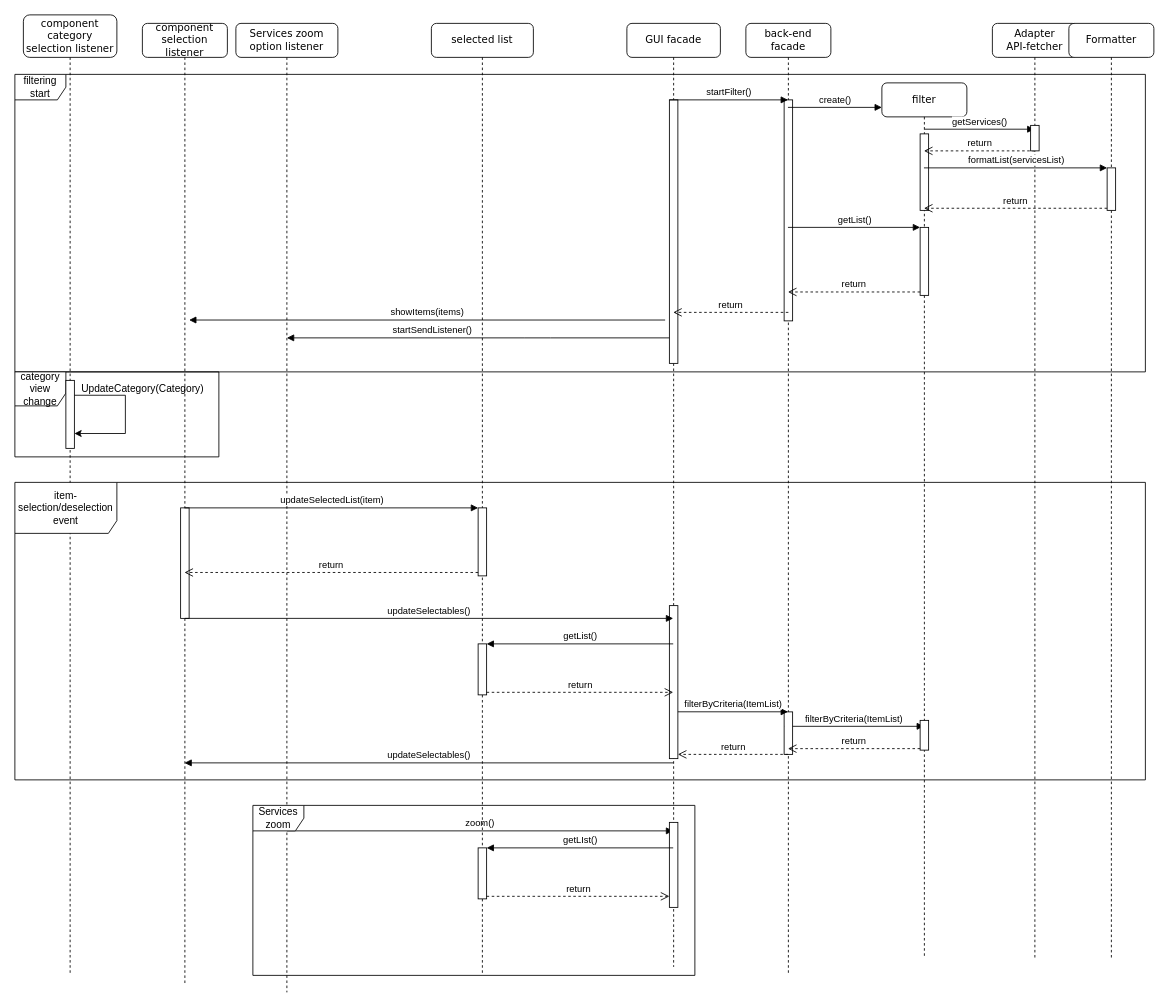
This is documentation/behaviour/internal behaviour/Internal_behaviour.drawio from Geostartico/Trusted-list-browser, a draw.io file, before an edit. Source tidied: cells renumbered, new cells numbered last; positions are measured from the earlier drawing's top-left corner, leaving out a move shared by most shapes. Both pictures are drawn from the tidied source at 85%, with x=0, y=0 at pixel (14, 14).
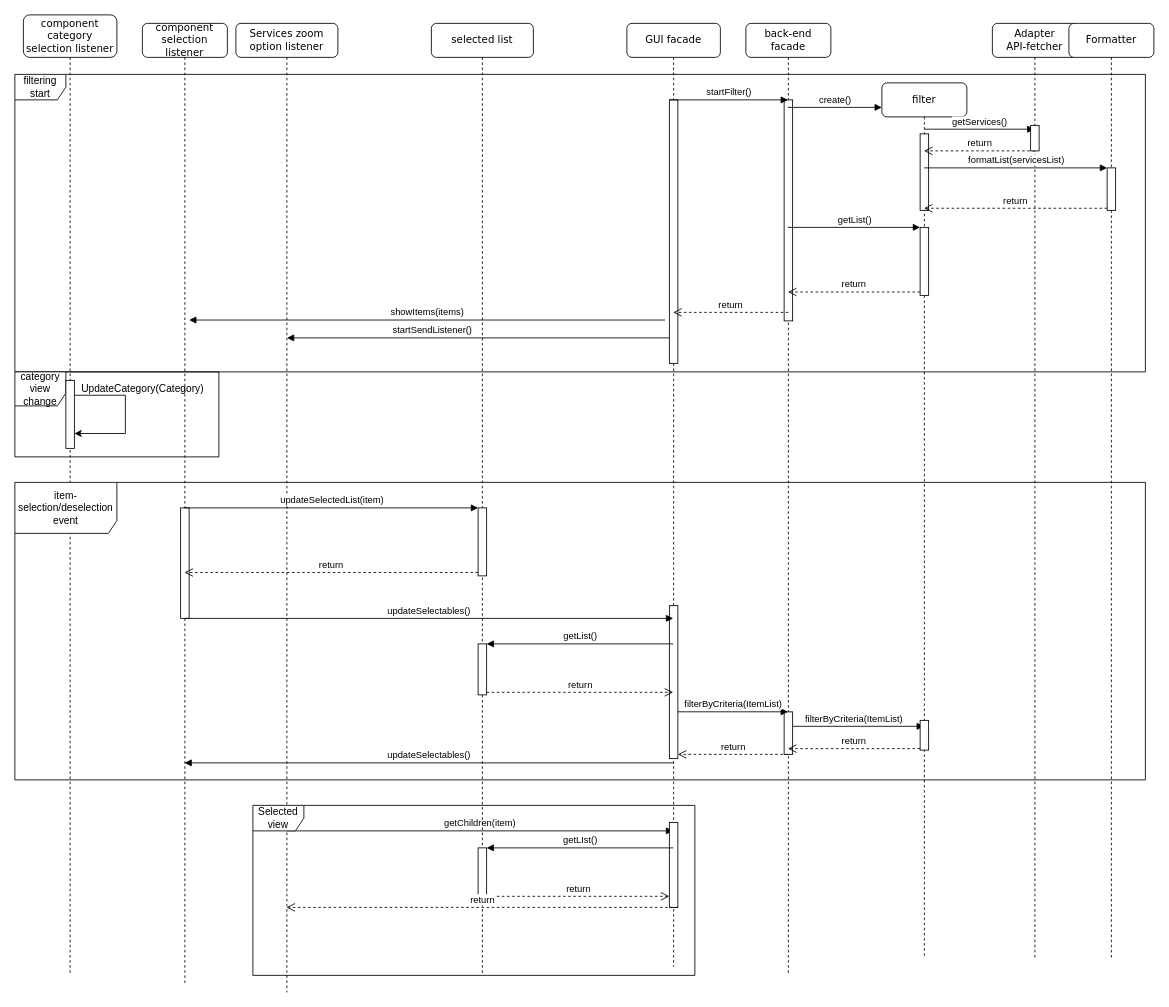
Above is the later version.

The change refers to these unchanged cells:
```xml
<mxCell id="2" value="Services zoom option listener" style="shape=umlLifeline;perimeter=lifelinePerimeter;whiteSpace=wrap;html=1;outlineConnect=0;rounded=1;shadow=0;comic=0;labelBackgroundColor=none;strokeWidth=1;fontFamily=Verdana;fontSize=12;align=center;" parent="1" vertex="1">
  <mxGeometry x="260" y="10" width="120" height="1140" as="geometry" />
</mxCell>
<mxCell id="8" value="GUI facade" style="shape=umlLifeline;perimeter=lifelinePerimeter;whiteSpace=wrap;html=1;outlineConnect=0;rounded=1;shadow=0;comic=0;labelBackgroundColor=none;strokeWidth=1;fontFamily=Verdana;fontSize=12;align=center;" parent="1" vertex="1">
  <mxGeometry x="720" y="10" width="110" height="1110" as="geometry" />
</mxCell>
```

Diff of the diagram source:
```diff
@@
-    <mxCell id="3" value="zoom()" style="html=1;verticalAlign=bottom;endArrow=block;rounded=0;" parent="2" edge="1" target="8">
+    <mxCell id="3" value="getChildren(item)" style="html=1;verticalAlign=bottom;endArrow=block;rounded=0;" parent="2" edge="1" target="8">
       <mxGeometry relative="1" as="geometry">
         <mxPoint x="60" y="950" as="sourcePoint" />
       </mxGeometry>
     </mxCell>
@@
-    <mxCell id="52" value="Services zoom" style="shape=umlFrame;whiteSpace=wrap;html=1;" parent="1" vertex="1">
+    <mxCell id="52" value="Selected view" style="shape=umlFrame;whiteSpace=wrap;html=1;" parent="1" vertex="1">
       <mxGeometry x="280" y="930" width="520" height="200" as="geometry" />
     </mxCell>
@@
+    <mxCell id="56" value="return" style="html=1;verticalAlign=bottom;endArrow=open;dashed=1;endSize=8;rounded=0;" parent="1" edge="1" target="2">
+      <mxGeometry relative="1" as="geometry">
+        <mxPoint x="780" y="1050" as="sourcePoint" />
+      </mxGeometry>
+    </mxCell>
```
